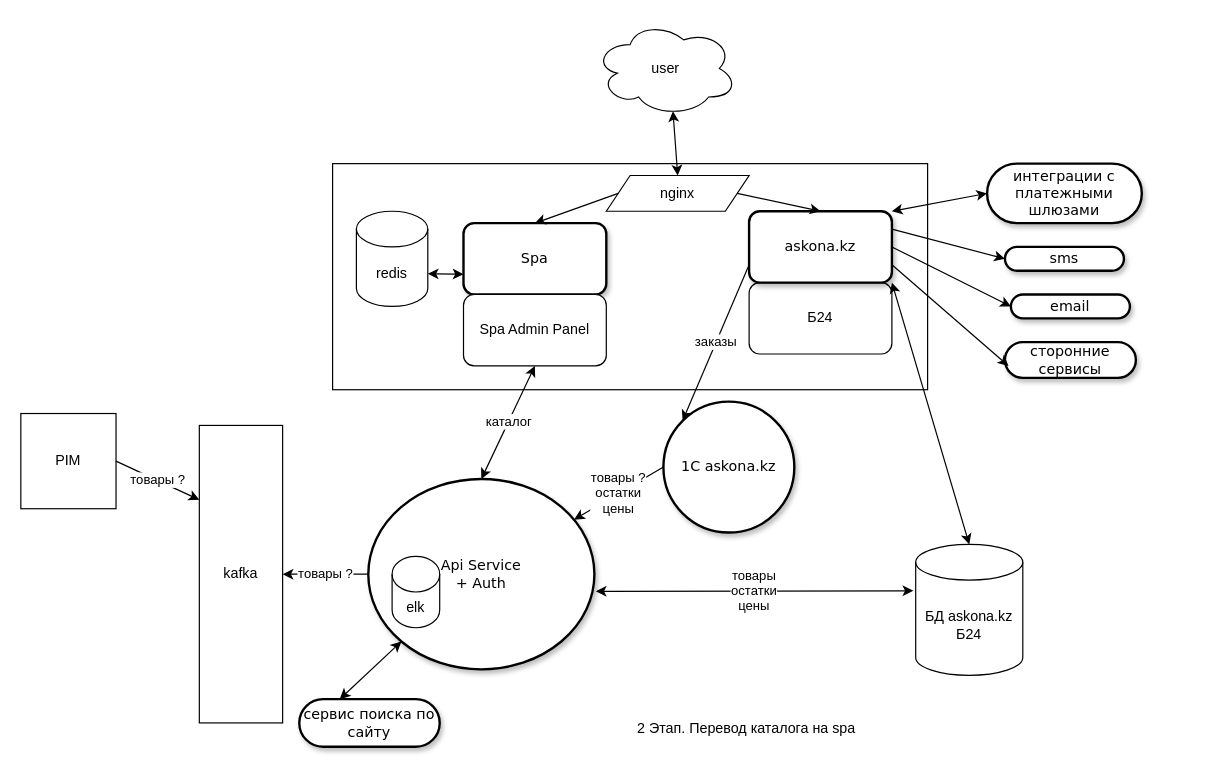
Above: page "2 Этап" (3 of 8) of Untitled Diagram.drawio in vartananastasia/ii (draw.io), before the change. Source tidied: cells renumbered, new cells numbered last; positions are measured from the earlier drawing's top-left corner, leaving out a move shared by most shapes. Both pictures are drawn from the tidied source at 119%, with x=0, y=0 at pixel (20, 20).
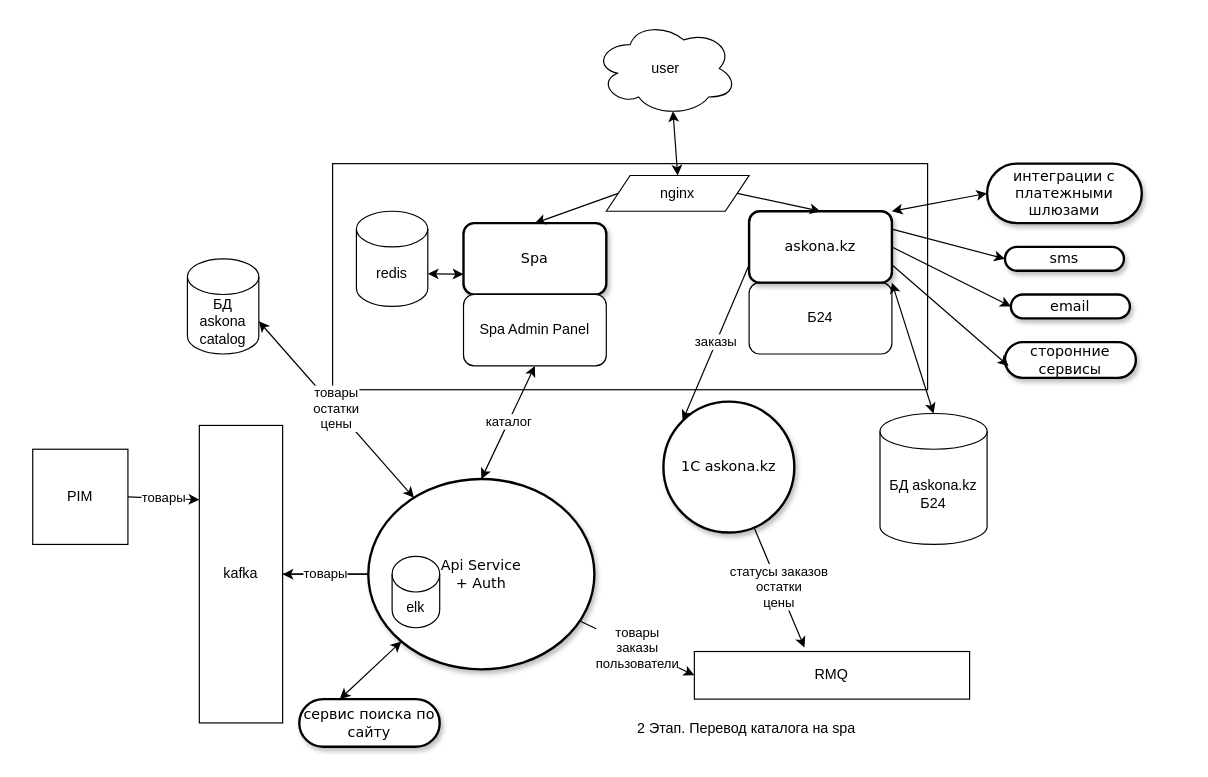
Above is the later version.

The change refers to these unchanged cells:
```xml
<mxCell id="8" value="Api Service&lt;br&gt;+ Auth&lt;br&gt;" style="ellipse;whiteSpace=wrap;html=1;rounded=1;shadow=1;comic=0;labelBackgroundColor=none;strokeWidth=2;fontFamily=Verdana;fontSize=12;align=center;" parent="1" vertex="1">
  <mxGeometry x="292" y="385" width="190" height="160" as="geometry" />
</mxCell>
<mxCell id="21" value="1C askona.kz" style="ellipse;whiteSpace=wrap;html=1;rounded=1;shadow=1;comic=0;labelBackgroundColor=none;strokeWidth=2;fontFamily=Verdana;fontSize=12;align=center;" parent="1" vertex="1">
  <mxGeometry x="540" y="320" width="110" height="110" as="geometry" />
</mxCell>
<mxCell id="31" value="kafka" style="rounded=0;whiteSpace=wrap;html=1;" parent="1" vertex="1">
  <mxGeometry x="150" y="340" width="70" height="250" as="geometry" />
</mxCell>
```

Change to the diagram source:
```diff
@@
     <mxCell id="6" value="БД askona.kz&lt;br&gt;Б24" style="shape=cylinder3;whiteSpace=wrap;html=1;boundedLbl=1;backgroundOutline=1;size=15;" parent="1" vertex="1">
-      <mxGeometry x="752" y="440" width="90" height="110" as="geometry" />
+      <mxGeometry x="722" y="330" width="90" height="110" as="geometry" />
     </mxCell>
@@
+    <mxCell id="38" style="edgeStyle=orthogonalEdgeStyle;rounded=0;jettySize=auto;html=1;" parent="1" edge="1" source="8">
+      <mxGeometry relative="1" as="geometry">
+        <mxPoint x="177" y="465" as="targetPoint" />
+      </mxGeometry>
+    </mxCell>
@@
-    <mxCell id="9" value="товары ?&lt;br&gt;остатки&lt;br&gt;цены" style="endArrow=classic;html=1;rounded=0;exitX=0;exitY=0.5;exitDx=0;exitDy=0;" parent="1" edge="1" source="21" target="8">
-      <mxGeometry relative="1" as="geometry" />
-    </mxCell>
@@
     <mxCell id="32" value="PIM" style="whiteSpace=wrap;html=1;" parent="1" vertex="1">
-      <mxGeometry y="330" width="80" height="80" as="geometry" />
+      <mxGeometry x="10" y="360" width="80" height="80" as="geometry" />
     </mxCell>
-    <mxCell id="33" value="товары ?" style="endArrow=classic;html=1;rounded=0;exitX=0;exitY=0.5;exitDx=0;exitDy=0;" parent="1" edge="1" source="8" target="31">
+    <mxCell id="33" value="товары" style="endArrow=classic;html=1;rounded=0;exitX=0;exitY=0.5;exitDx=0;exitDy=0;" parent="1" edge="1" source="8" target="31">
       <mxGeometry relative="1" as="geometry" />
     </mxCell>
-    <mxCell id="34" value="товары ?" style="endArrow=classic;html=1;rounded=0;entryX=0;entryY=0.25;entryDx=0;entryDy=0;exitX=1;exitY=0.5;exitDx=0;exitDy=0;" parent="1" edge="1" source="32" target="31">
+    <mxCell id="34" value="товары" style="endArrow=classic;html=1;rounded=0;entryX=0;entryY=0.25;entryDx=0;entryDy=0;exitX=1;exitY=0.5;exitDx=0;exitDy=0;" parent="1" edge="1" source="32" target="31">
       <mxGeometry relative="1" as="geometry" />
     </mxCell>
@@
-    <mxCell id="37" value="товары&lt;br&gt;остатки&lt;br&gt;цены" style="endArrow=classic;startArrow=classic;html=1;rounded=0;exitX=1.006;exitY=0.59;exitDx=0;exitDy=0;exitPerimeter=0;" parent="1" edge="1" source="8">
-      <mxGeometry relative="1" as="geometry">
-        <mxPoint x="750" y="479" as="targetPoint" />
-      </mxGeometry>
+    <mxCell id="37" value="товары&lt;br&gt;остатки&lt;br&gt;цены" style="endArrow=classic;startArrow=classic;html=1;rounded=0;entryX=1;entryY=0;entryDx=0;entryDy=52.5;entryPerimeter=0;" parent="1" edge="1" source="8" target="39">
+      <mxGeometry relative="1" as="geometry" />
     </mxCell>
+    <mxCell id="39" value="БД askona&lt;br&gt;catalog" style="shape=cylinder3;whiteSpace=wrap;html=1;boundedLbl=1;backgroundOutline=1;size=15;" parent="1" vertex="1">
+      <mxGeometry x="140" y="200" width="60" height="80" as="geometry" />
+    </mxCell>
+    <mxCell id="40" value="RMQ" style="rounded=0;whiteSpace=wrap;html=1;" parent="1" vertex="1">
+      <mxGeometry x="566" y="530" width="231.3" height="40" as="geometry" />
+    </mxCell>
+    <mxCell id="41" value="статусы заказов&lt;br&gt;остатки&lt;br&gt;цены" style="endArrow=classic;html=1;rounded=0;entryX=0.4;entryY=-0.085;entryDx=0;entryDy=0;entryPerimeter=0;" parent="1" edge="1" source="21" target="40">
+      <mxGeometry relative="1" as="geometry" />
+    </mxCell>
+    <mxCell id="42" value="товары&lt;br&gt;заказы&lt;br&gt;пользователи" style="endArrow=classic;html=1;rounded=0;entryX=0;entryY=0.5;entryDx=0;entryDy=0;" parent="1" edge="1" source="8" target="40">
+      <mxGeometry relative="1" as="geometry" />
+    </mxCell>
```
